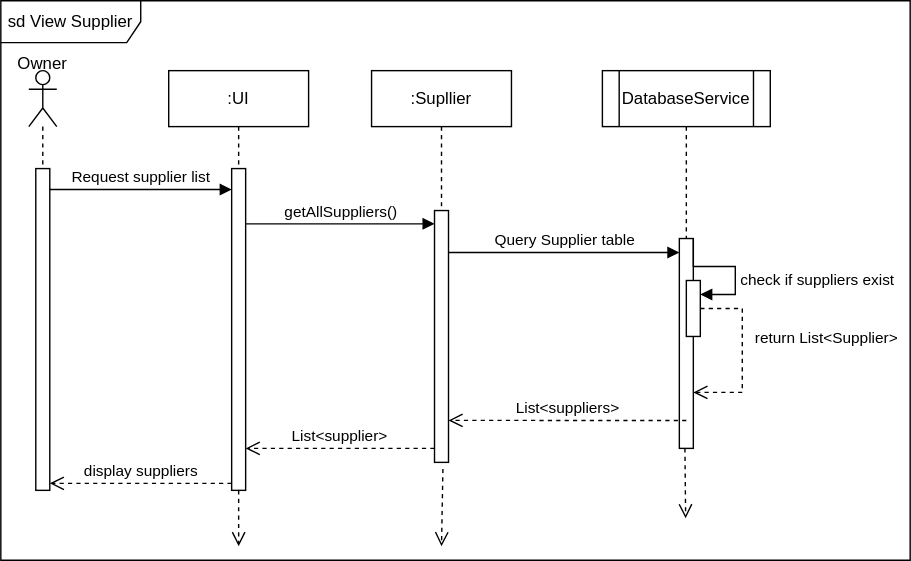
The draw.io diagram view_supp.svg in Simamkele88/IFM3_GP, before a commit. Source tidied: cells renumbered, new cells last; positions are measured from the earlier drawing's top-left corner, leaving out a move shared by most shapes.
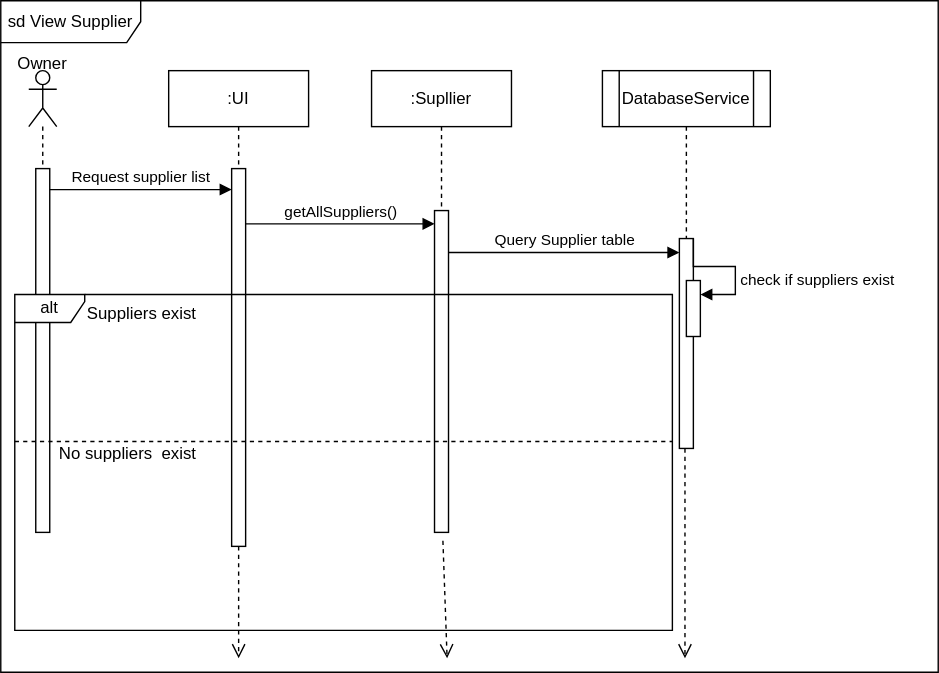
Later version of the same file.

The edit, as a diff of the source:
```diff
@@ -3,19 +3,19 @@
     <mxCell id="0" />
     <mxCell id="1" parent="0" />
     <mxCell id="2" value="sd View Supplier" style="shape=umlFrame;whiteSpace=wrap;html=1;width=100;height=30;" parent="1" vertex="1">
-      <mxGeometry width="650" height="400" as="geometry" />
+      <mxGeometry width="670" height="480" as="geometry" />
     </mxCell>
     <mxCell id="3" style="shape=umlLifeline;perimeter=lifelinePerimeter;whiteSpace=wrap;html=1;newEdgeStyle={&quot;curved&quot;:0,&quot;rounded&quot;:0};participant=umlActor;" parent="1" vertex="1">
       <mxGeometry x="20" y="50" width="20" height="80" as="geometry" />
     </mxCell>
     <mxCell id="4" value=":UI" style="shape=umlLifeline;perimeter=lifelinePerimeter;whiteSpace=wrap;html=1;newEdgeStyle={&quot;curved&quot;:0,&quot;rounded&quot;:0};" parent="1" vertex="1">
-      <mxGeometry x="120" y="50" width="100" height="300" as="geometry" />
+      <mxGeometry x="120" y="50" width="100" height="340" as="geometry" />
     </mxCell>
     <mxCell id="5" style="html=1;points=[[0,0,0,0,5],[0,1,0,0,-5],[1,0,0,0,5],[1,1,0,0,-5]];perimeter=orthogonalPerimeter;outlineConnect=0;targetShapes=umlLifeline;portConstraint=eastwest;newEdgeStyle={&quot;curved&quot;:0,&quot;rounded&quot;:0};" parent="4" vertex="1">
-      <mxGeometry x="45" y="70" width="10" height="230" as="geometry" />
+      <mxGeometry x="45" y="70" width="10" height="270" as="geometry" />
     </mxCell>
     <mxCell id="6" style="html=1;points=[[0,0,0,0,5],[0,1,0,0,-5],[1,0,0,0,5],[1,1,0,0,-5]];perimeter=orthogonalPerimeter;outlineConnect=0;targetShapes=umlLifeline;portConstraint=eastwest;newEdgeStyle={&quot;curved&quot;:0,&quot;rounded&quot;:0};" parent="1" vertex="1">
-      <mxGeometry x="25" y="120" width="10" height="230" as="geometry" />
+      <mxGeometry x="25" y="120" width="10" height="260" as="geometry" />
     </mxCell>
     <mxCell id="7" value="Request supplier list" style="html=1;verticalAlign=bottom;endArrow=block;curved=0;rounded=0;" parent="1" edge="1" source="6" target="5">
       <mxGeometry relative="1" as="geometry">
@@ -28,7 +28,7 @@
       <mxGeometry x="265" y="50" width="100" height="100" as="geometry" />
     </mxCell>
     <mxCell id="9" style="html=1;points=[[0,0,0,0,5],[0,1,0,0,-5],[1,0,0,0,5],[1,1,0,0,-5]];perimeter=orthogonalPerimeter;outlineConnect=0;targetShapes=umlLifeline;portConstraint=eastwest;newEdgeStyle={&quot;curved&quot;:0,&quot;rounded&quot;:0};" parent="1" vertex="1">
-      <mxGeometry x="310" y="150" width="10" height="180" as="geometry" />
+      <mxGeometry x="310" y="150" width="10" height="230" as="geometry" />
     </mxCell>
     <mxCell id="10" value="getAllSuppliers()" style="html=1;verticalAlign=bottom;endArrow=block;curved=0;rounded=0;" parent="1" edge="1">
       <mxGeometry relative="1" as="geometry">
@@ -50,18 +50,18 @@
     </mxCell>
     <mxCell id="14" style="html=1;verticalAlign=bottom;endArrow=open;dashed=1;endSize=8;curved=0;rounded=0;" parent="1" edge="1" source="5">
       <mxGeometry relative="1" as="geometry">
-        <mxPoint x="170" y="390" as="targetPoint" />
+        <mxPoint x="170" y="470" as="targetPoint" />
       </mxGeometry>
     </mxCell>
     <mxCell id="15" style="html=1;verticalAlign=bottom;endArrow=open;dashed=1;endSize=8;curved=0;rounded=0;exitX=0.6;exitY=1.026;exitDx=0;exitDy=0;exitPerimeter=0;" parent="1" edge="1" source="9">
       <mxGeometry relative="1" as="geometry">
-        <mxPoint x="315" y="390" as="targetPoint" />
+        <mxPoint x="319" y="470" as="targetPoint" />
       </mxGeometry>
     </mxCell>
     <mxCell id="16" style="html=1;verticalAlign=bottom;endArrow=open;dashed=1;endSize=8;curved=0;rounded=0;" parent="1" edge="1">
       <mxGeometry relative="1" as="geometry">
         <mxPoint x="489" y="320" as="sourcePoint" />
-        <mxPoint x="489.5" y="370" as="targetPoint" />
+        <mxPoint x="489" y="470" as="targetPoint" />
       </mxGeometry>
     </mxCell>
     <mxCell id="17" value="Query Supplier table" style="html=1;verticalAlign=bottom;endArrow=block;curved=0;rounded=0;" parent="1" edge="1" target="12">
@@ -82,30 +82,22 @@
         </Array>
       </mxGeometry>
     </mxCell>
-    <mxCell id="20" value="return List&amp;lt;Supplier&amp;gt;" style="html=1;verticalAlign=bottom;endArrow=open;dashed=1;endSize=8;rounded=0;edgeStyle=orthogonalEdgeStyle;" parent="1" edge="1" source="18">
-      <mxGeometry x="-0.04" y="60" relative="1" as="geometry">
-        <mxPoint x="495" y="280" as="targetPoint" />
-        <Array as="points">
-          <mxPoint x="530" y="220" />
-          <mxPoint x="530" y="280" />
-        </Array>
-      </mxGeometry>
-    </mxCell>
     <mxCell id="21" value="Owner" style="text;html=1;align=center;verticalAlign=middle;whiteSpace=wrap;rounded=0;" parent="1" vertex="1">
       <mxGeometry y="30" width="60" height="30" as="geometry" />
     </mxCell>
-    <mxCell id="22" value="List&amp;lt;suppliers&amp;gt;" style="html=1;verticalAlign=bottom;endArrow=open;dashed=1;endSize=8;curved=0;rounded=0;exitX=0.5;exitY=0.867;exitDx=0;exitDy=0;exitPerimeter=0;" parent="1" edge="1" source="12">
-      <mxGeometry relative="1" as="geometry">
-        <mxPoint x="320" y="300" as="targetPoint" />
-      </mxGeometry>
-    </mxCell>
-    <mxCell id="23" value="List&amp;lt;supplier&amp;gt;" style="html=1;verticalAlign=bottom;endArrow=open;dashed=1;endSize=8;curved=0;rounded=0;" parent="1" edge="1" target="5">
-      <mxGeometry relative="1" as="geometry">
-        <mxPoint x="310" y="320" as="sourcePoint" />
-      </mxGeometry>
-    </mxCell>
-    <mxCell id="24" value="display suppliers" style="html=1;verticalAlign=bottom;endArrow=open;dashed=1;endSize=8;curved=0;rounded=0;entryX=1;entryY=1;entryDx=0;entryDy=-5;entryPerimeter=0;" parent="1" edge="1" source="5" target="6">
-      <mxGeometry relative="1" as="geometry" />
-    </mxCell>
+    <mxCell id="25" value="alt" style="shape=umlFrame;whiteSpace=wrap;html=1;width=50;height=20;" parent="1" vertex="1">
+      <mxGeometry x="10" y="210" width="470" height="240" as="geometry" />
+    </mxCell>
+    <mxCell id="26" value="Suppliers exist" style="text;html=1;" parent="25" vertex="1">
+      <mxGeometry width="100" height="20" relative="1" as="geometry">
+        <mxPoint x="50" as="offset" />
+      </mxGeometry>
+    </mxCell>
+    <mxCell id="27" style="line;strokeWidth=1;dashed=1;labelPosition=center;verticalLabelPosition=bottom;align=left;verticalAlign=top;spacingLeft=20;spacingTop=15;html=1;whiteSpace=wrap;" parent="25" vertex="1">
+      <mxGeometry y="100" width="470" height="10" as="geometry" />
+    </mxCell>
+    <mxCell id="28" value="No suppliers&amp;nbsp; exist" style="text;html=1;" parent="25" vertex="1">
+      <mxGeometry x="30" y="100" width="100" height="20" as="geometry" />
+    </mxCell>
   </root>
 </mxGraphModel>
```
